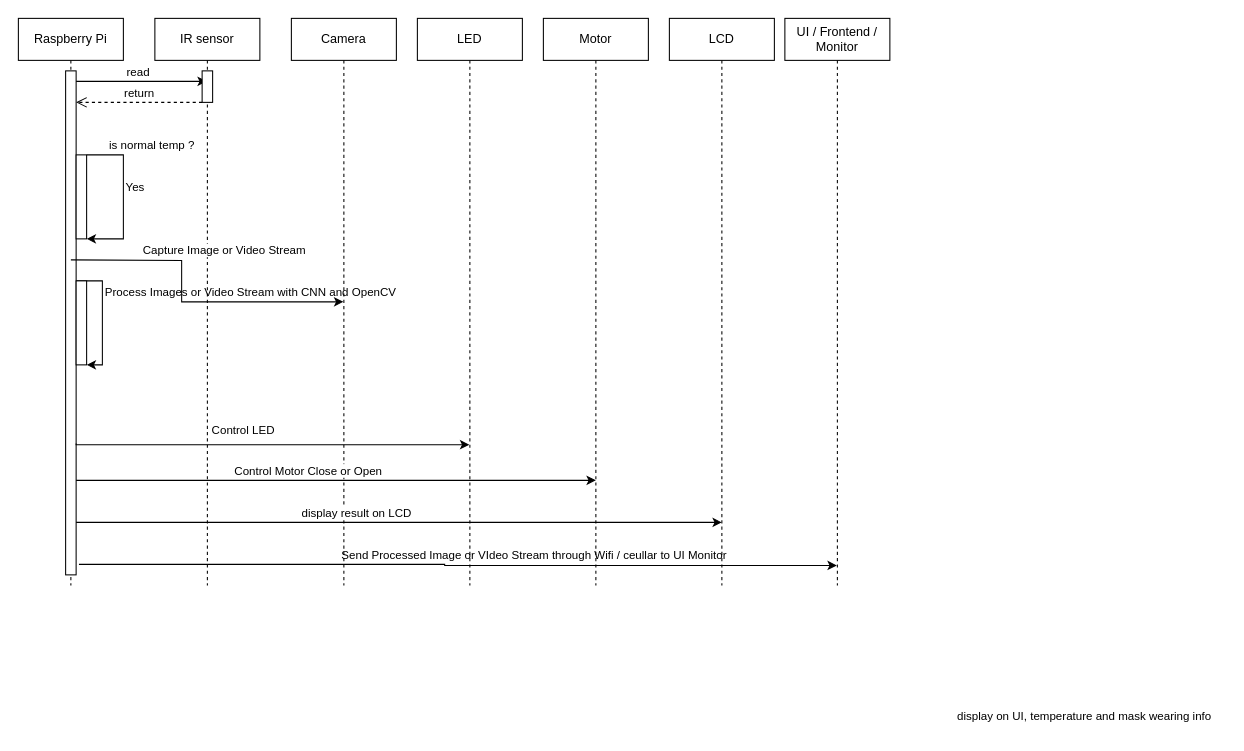
ArcueidShiki/SmartEntrySystem keeps this draw.io diagram as page "sequence diagram" (2 of 4) of ProjectDiagram.drawio. Above is the earlier version. Source tidied: cells renumbered, new cells numbered last; positions are measured from the earlier drawing's top-left corner, leaving out a move shared by most shapes. Both pictures are drawn from the tidied source at 105%, with x=0, y=0 at pixel (18, 18).
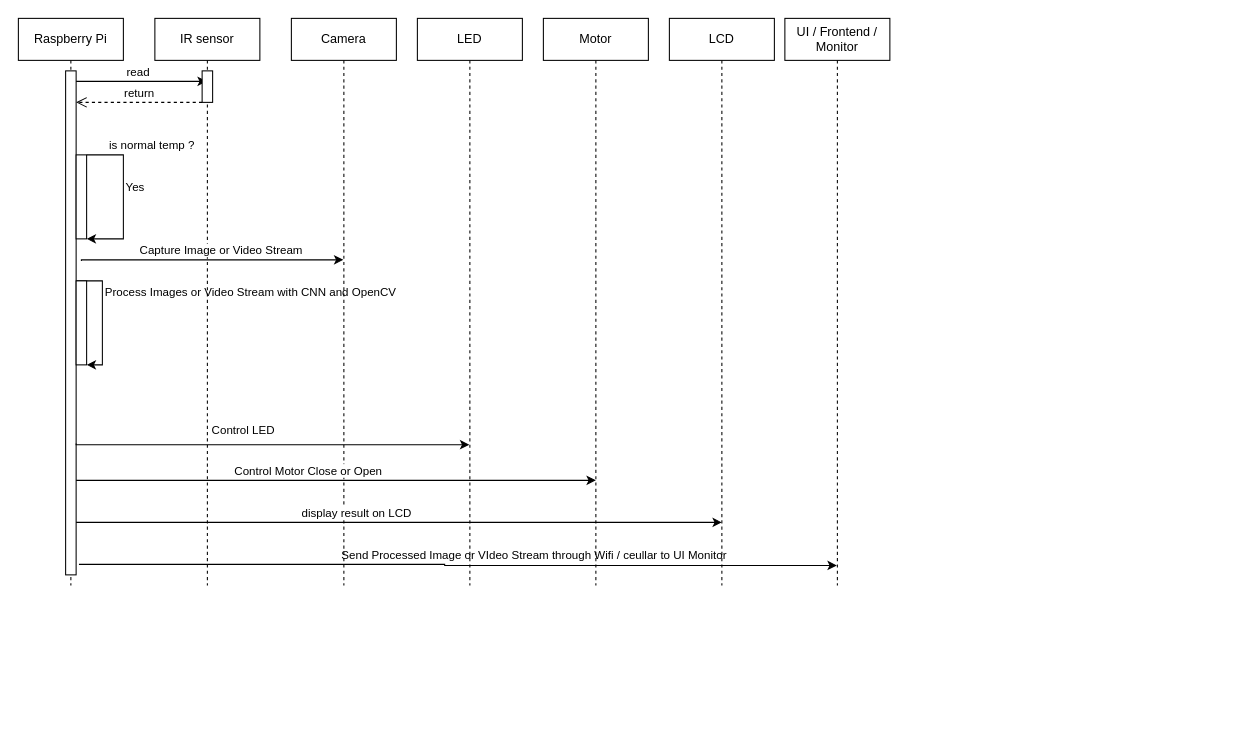
The same diagram, later.

Unchanged cells that the change refers to:
```xml
<mxCell id="17" value="Camera" style="shape=umlLifeline;perimeter=lifelinePerimeter;whiteSpace=wrap;html=1;outlineConnect=0;portConstraint=eastwest;newEdgeStyle={&quot;curved&quot;:0,&quot;rounded&quot;:0};" parent="1" vertex="1">
  <mxGeometry x="260" width="100" height="540" as="geometry" />
</mxCell>
```

What changed in the source:
```diff
@@
     <mxCell id="22" style="edgeStyle=orthogonalEdgeStyle;rounded=0;jettySize=auto;html=1;curved=0;" parent="1" edge="1" target="17">
       <mxGeometry relative="1" as="geometry">
-        <mxPoint x="50" y="230" as="sourcePoint" />
+        <mxPoint x="60" y="231" as="sourcePoint" />
+        <Array as="points">
+          <mxPoint x="60" y="230" />
+        </Array>
       </mxGeometry>
     </mxCell>
@@
-    <mxCell id="29" value="&lt;span style=&quot;font-size: 11px; background-color: rgb(255, 255, 255);&quot;&gt;display on UI, temperature and mask wearing info&lt;/span&gt;" style="text;html=1;align=center;verticalAlign=middle;strokeColor=none;fillColor=none;" parent="1" vertex="1">
-      <mxGeometry x="880" y="650" width="270" height="30" as="geometry" />
-    </mxCell>
```
